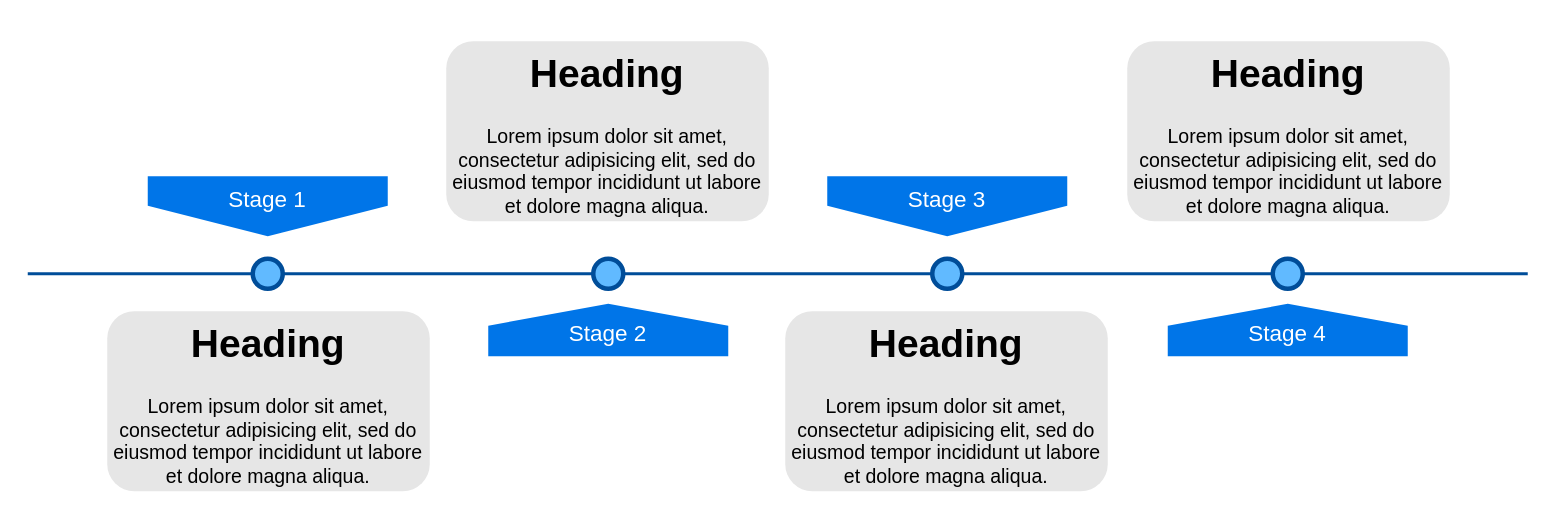
Above: Flowcharts/Untitled Diagram.drawio in JTaal/bioinformatic_scripts (draw.io), before the change. Source tidied: cells renumbered, new cells numbered last; positions are measured from the earlier drawing's top-left corner, leaving out a move shared by most shapes. Both pictures are drawn from the tidied source at 150%, with x=0, y=0 at pixel (27, 40).
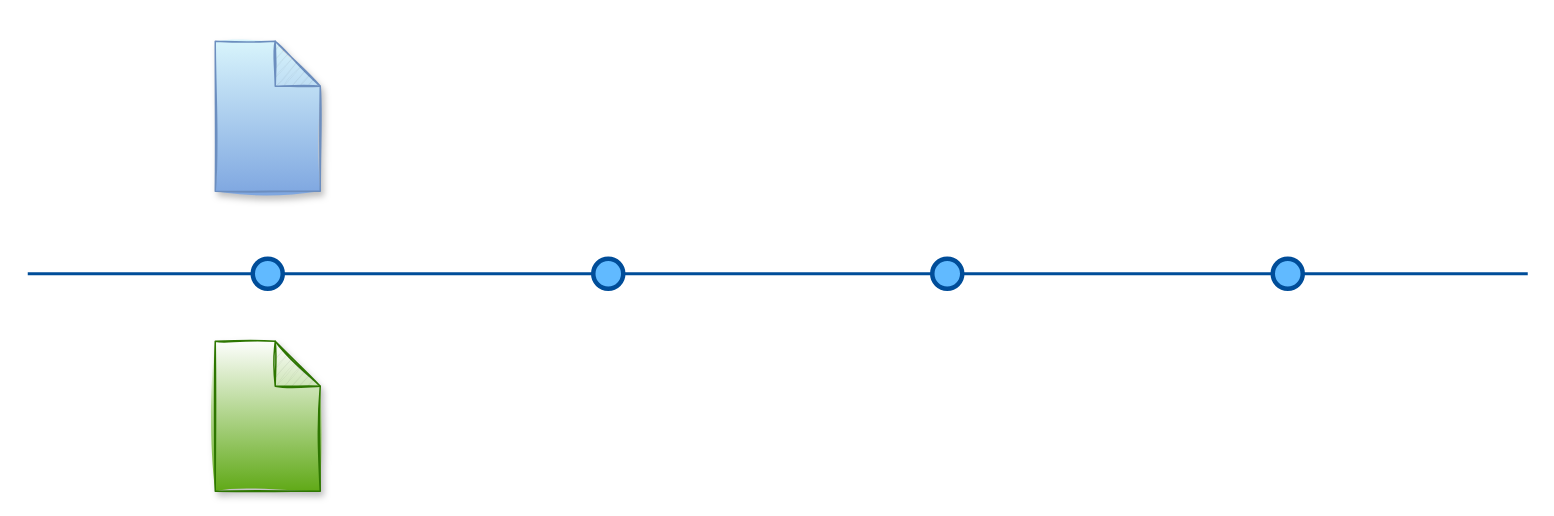
The same page after the edit.

Commit message:
QTRACE Assay Tube Manufacturing workflow.drawio

What changed in the source:
```diff
@@
 <mxGraphModel>
   <root>
     <mxCell id="0" />
     <mxCell id="1" parent="0" />
     <mxCell id="2" style="line;strokeWidth=2;html=1;fillColor=none;fontSize=28;fontColor=#004D99;strokeColor=#004D99;" parent="1" vertex="1">
       <mxGeometry y="150" width="1000" height="10" as="geometry" />
     </mxCell>
-    <mxCell id="3" value="Stage 1" style="shape=offPageConnector;whiteSpace=wrap;html=1;fillColor=#0075E8;fontSize=15;fontColor=#FFFFFF;size=0.5093750000000015;verticalAlign=top;strokeColor=none;" parent="1" vertex="1">
-      <mxGeometry x="80" y="90" width="160" height="40" as="geometry" />
-    </mxCell>
-    <mxCell id="4" value="&lt;span&gt;Stage 3&lt;/span&gt;" style="shape=offPageConnector;whiteSpace=wrap;html=1;fillColor=#0075E8;fontSize=15;fontColor=#FFFFFF;size=0.5093750000000015;verticalAlign=top;strokeColor=none;" parent="1" vertex="1">
-      <mxGeometry x="533" y="90" width="160" height="40" as="geometry" />
-    </mxCell>
-    <mxCell id="5" value="&lt;span&gt;Stage 2&lt;/span&gt;" style="shape=offPageConnector;whiteSpace=wrap;html=1;fillColor=#0075E8;fontSize=15;fontColor=#FFFFFF;size=0.4178571428571445;flipV=1;verticalAlign=bottom;strokeColor=none;spacingBottom=4;" parent="1" vertex="1">
-      <mxGeometry x="307" y="175" width="160" height="35" as="geometry" />
-    </mxCell>
-    <mxCell id="6" value="&lt;span&gt;Stage 4&lt;/span&gt;" style="shape=offPageConnector;whiteSpace=wrap;html=1;fillColor=#0075E8;fontSize=15;fontColor=#FFFFFF;size=0.4178571428571445;flipV=1;verticalAlign=bottom;strokeColor=none;spacingBottom=4;" parent="1" vertex="1">
-      <mxGeometry x="760" y="175" width="160" height="35" as="geometry" />
-    </mxCell>
     <mxCell id="7" style="ellipse;whiteSpace=wrap;html=1;fillColor=#61BAFF;fontSize=28;fontColor=#004D99;strokeWidth=3;strokeColor=#004D99;" parent="1" vertex="1">
       <mxGeometry x="150" y="145" width="20" height="20" as="geometry" />
     </mxCell>
     <mxCell id="8" style="ellipse;whiteSpace=wrap;html=1;fillColor=#61BAFF;fontSize=28;fontColor=#004D99;strokeWidth=3;strokeColor=#004D99;" parent="1" vertex="1">
       <mxGeometry x="377" y="145" width="20" height="20" as="geometry" />
     </mxCell>
     <mxCell id="9" style="ellipse;whiteSpace=wrap;html=1;fillColor=#61BAFF;fontSize=28;fontColor=#004D99;strokeWidth=3;strokeColor=#004D99;" parent="1" vertex="1">
       <mxGeometry x="603" y="145" width="20" height="20" as="geometry" />
     </mxCell>
     <mxCell id="10" style="ellipse;whiteSpace=wrap;html=1;fillColor=#61BAFF;fontSize=28;fontColor=#004D99;strokeWidth=3;strokeColor=#004D99;" parent="1" vertex="1">
       <mxGeometry x="830" y="145" width="20" height="20" as="geometry" />
     </mxCell>
-    <mxCell id="11" value="&lt;h1&gt;Heading&lt;/h1&gt;&lt;p&gt;Lorem ipsum dolor sit amet, consectetur adipisicing elit, sed do eiusmod tempor incididunt ut labore et dolore magna aliqua.&lt;/p&gt;" style="text;html=1;spacing=5;spacingTop=-20;whiteSpace=wrap;overflow=hidden;strokeColor=none;strokeWidth=3;fillColor=#E6E6E6;fontSize=13;fontColor=#000000;align=center;rounded=1;" parent="1" vertex="1">
-      <mxGeometry x="53" y="180" width="215" height="120" as="geometry" />
-    </mxCell>
-    <mxCell id="12" value="&lt;h1&gt;Heading&lt;/h1&gt;&lt;p&gt;Lorem ipsum dolor sit amet, consectetur adipisicing elit, sed do eiusmod tempor incididunt ut labore et dolore magna aliqua.&lt;/p&gt;" style="text;html=1;spacing=5;spacingTop=-20;whiteSpace=wrap;overflow=hidden;strokeColor=none;strokeWidth=3;fillColor=#E6E6E6;fontSize=13;fontColor=#000000;align=center;rounded=1;" parent="1" vertex="1">
-      <mxGeometry x="279" width="215" height="120" as="geometry" />
-    </mxCell>
-    <mxCell id="13" value="&lt;h1&gt;Heading&lt;/h1&gt;&lt;p&gt;Lorem ipsum dolor sit amet, consectetur adipisicing elit, sed do eiusmod tempor incididunt ut labore et dolore magna aliqua.&lt;/p&gt;" style="text;html=1;spacing=5;spacingTop=-20;whiteSpace=wrap;overflow=hidden;strokeColor=none;strokeWidth=3;fillColor=#E6E6E6;fontSize=13;fontColor=#000000;align=center;rounded=1;" parent="1" vertex="1">
-      <mxGeometry x="505" y="180" width="215" height="120" as="geometry" />
-    </mxCell>
-    <mxCell id="14" value="&lt;h1&gt;Heading&lt;/h1&gt;&lt;p&gt;Lorem ipsum dolor sit amet, consectetur adipisicing elit, sed do eiusmod tempor incididunt ut labore et dolore magna aliqua.&lt;/p&gt;" style="text;html=1;spacing=5;spacingTop=-20;whiteSpace=wrap;overflow=hidden;strokeColor=none;strokeWidth=3;fillColor=#E6E6E6;fontSize=13;fontColor=#000000;align=center;rounded=1;" parent="1" vertex="1">
-      <mxGeometry x="733" width="215" height="120" as="geometry" />
-    </mxCell>
+    <mxCell id="15" style="shape=note;whiteSpace=wrap;html=1;backgroundOutline=1;darkOpacity=0.05;sketch=1;fillColor=#60a917;strokeColor=#2D7600;fontColor=#ffffff;shadow=1;gradientColor=#ffffff;gradientDirection=north;" parent="1" vertex="1">
+      <mxGeometry x="125" y="200" width="70" height="100" as="geometry" />
+    </mxCell>
+    <mxCell id="16" style="shape=note;whiteSpace=wrap;html=1;backgroundOutline=1;darkOpacity=0.05;sketch=1;fillColor=#D9F5FC;strokeColor=#6c8ebf;shadow=1;gradientDirection=south;gradientColor=#7ea6e0;" parent="1" vertex="1">
+      <mxGeometry x="125" width="70" height="100" as="geometry" />
+    </mxCell>
   </root>
 </mxGraphModel>
```
